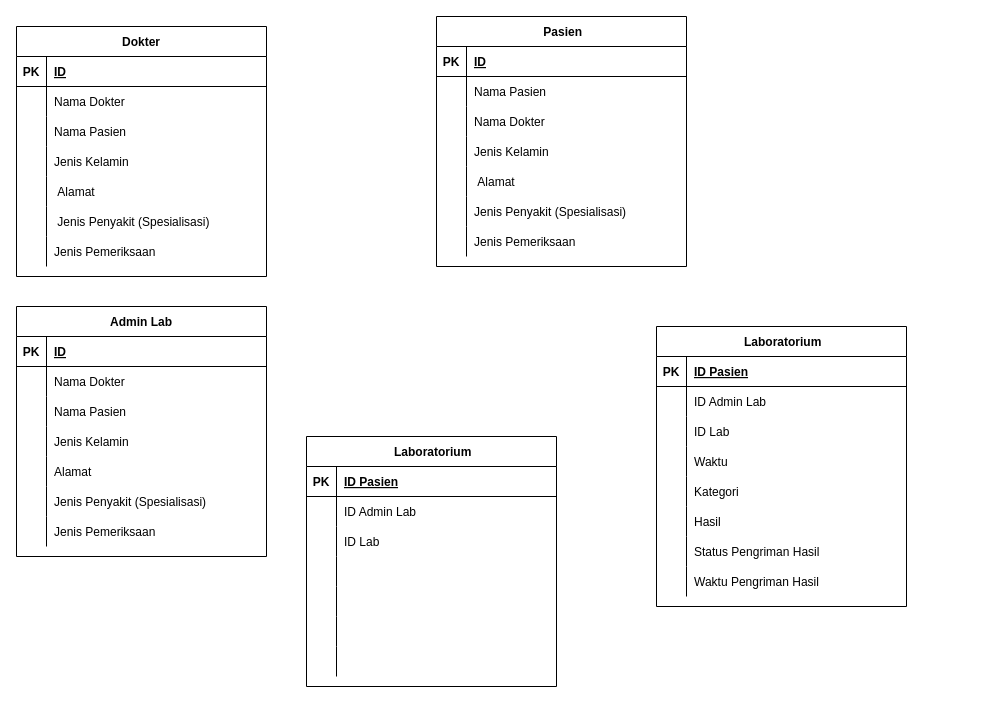
This is pertemuan3/Untitled Diagram.drawio from Nurrohman10/IF214002, a draw.io file, before an edit. Source tidied: cells renumbered, new cells numbered last; positions are measured from the earlier drawing's top-left corner, leaving out a move shared by most shapes. Both pictures are drawn from the tidied source at 100%, with x=0, y=0 at pixel (16, 16).
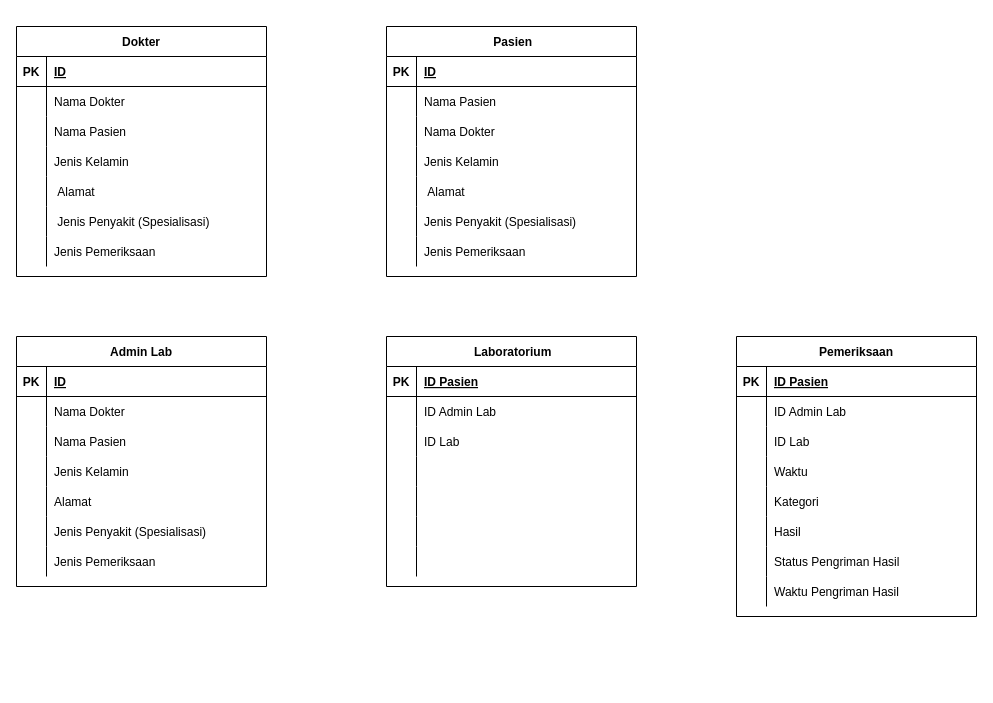
The same page after the edit.

What changed in the source:
```diff
@@
     <mxCell id="2" value=" Pasien" style="shape=table;startSize=30;childLayout=tableLayout;rowLines=0;fontStyle=1;align=center;" parent="1" vertex="1">
-      <mxGeometry x="420" width="250" height="250" as="geometry" />
+      <mxGeometry x="370" y="10" width="250" height="250" as="geometry" />
     </mxCell>
@@
     <mxCell id="24" value=" Laboratorium" style="shape=table;startSize=30;childLayout=tableLayout;rowLines=0;fontStyle=1;align=center;" parent="1" vertex="1">
-      <mxGeometry x="290" y="420" width="250" height="250" as="geometry" />
+      <mxGeometry x="370" y="320" width="250" height="250" as="geometry" />
     </mxCell>
@@
     <mxCell id="68" value="Admin Lab" style="shape=table;startSize=30;childLayout=tableLayout;rowLines=0;fontStyle=1;align=center;" parent="1" vertex="1">
-      <mxGeometry y="290" width="250" height="250" as="geometry" />
+      <mxGeometry y="320" width="250" height="250" as="geometry" />
     </mxCell>
@@
-    <mxCell id="90" value=" Laboratorium" style="shape=table;startSize=30;childLayout=tableLayout;rowLines=0;fontStyle=1;align=center;" parent="1" vertex="1">
-      <mxGeometry x="640" y="310" width="250" height="280" as="geometry" />
+    <mxCell id="90" value="Pemeriksaan" style="shape=table;startSize=30;childLayout=tableLayout;rowLines=0;fontStyle=1;align=center;" parent="1" vertex="1">
+      <mxGeometry x="720" y="320" width="240" height="280" as="geometry" />
     </mxCell>
     <mxCell id="91" style="shape=partialRectangle;fillColor=none;top=0;left=0;right=0;bottom=1;" parent="90" vertex="1">
-      <mxGeometry y="30" width="250" height="30" as="geometry" />
+      <mxGeometry y="30" width="240" height="30" as="geometry" />
     </mxCell>
@@
     <mxCell id="93" value="ID Pasien" style="shape=partialRectangle;overflow=hidden;fillColor=none;top=0;left=0;bottom=0;right=0;align=left;spacingLeft=6;fontStyle=5;" parent="91" vertex="1">
-      <mxGeometry x="30" width="220" height="30" as="geometry" />
+      <mxGeometry x="30" width="210" height="30" as="geometry" />
     </mxCell>
     <mxCell id="94" style="shape=partialRectangle;fillColor=none;top=0;left=0;right=0;bottom=0;" parent="90" vertex="1">
-      <mxGeometry y="60" width="250" height="30" as="geometry" />
+      <mxGeometry y="60" width="240" height="30" as="geometry" />
     </mxCell>
@@
     <mxCell id="96" value="ID Admin Lab" style="shape=partialRectangle;overflow=hidden;fillColor=none;top=0;left=0;bottom=0;right=0;align=left;spacingLeft=6;" parent="94" vertex="1">
-      <mxGeometry x="30" width="220" height="30" as="geometry" />
+      <mxGeometry x="30" width="210" height="30" as="geometry" />
     </mxCell>
     <mxCell id="97" style="shape=partialRectangle;fillColor=none;top=0;left=0;right=0;bottom=0;" parent="90" vertex="1">
-      <mxGeometry y="90" width="250" height="30" as="geometry" />
+      <mxGeometry y="90" width="240" height="30" as="geometry" />
     </mxCell>
@@
     <mxCell id="99" value="ID Lab" style="shape=partialRectangle;overflow=hidden;fillColor=none;top=0;left=0;bottom=0;right=0;align=left;spacingLeft=6;" parent="97" vertex="1">
-      <mxGeometry x="30" width="220" height="30" as="geometry" />
+      <mxGeometry x="30" width="210" height="30" as="geometry" />
     </mxCell>
     <mxCell id="100" style="shape=partialRectangle;fillColor=none;top=0;left=0;right=0;bottom=0;" parent="90" vertex="1">
-      <mxGeometry y="120" width="250" height="30" as="geometry" />
+      <mxGeometry y="120" width="240" height="30" as="geometry" />
     </mxCell>
@@
     <mxCell id="102" value="Waktu" style="shape=partialRectangle;overflow=hidden;fillColor=none;top=0;left=0;bottom=0;right=0;align=left;spacingLeft=6;" parent="100" vertex="1">
-      <mxGeometry x="30" width="220" height="30" as="geometry" />
+      <mxGeometry x="30" width="210" height="30" as="geometry" />
     </mxCell>
     <mxCell id="103" style="shape=partialRectangle;fillColor=none;top=0;left=0;right=0;bottom=0;" parent="90" vertex="1">
-      <mxGeometry y="150" width="250" height="30" as="geometry" />
+      <mxGeometry y="150" width="240" height="30" as="geometry" />
     </mxCell>
@@
     <mxCell id="105" value="Kategori" style="shape=partialRectangle;overflow=hidden;fillColor=none;top=0;left=0;bottom=0;right=0;align=left;spacingLeft=6;" parent="103" vertex="1">
-      <mxGeometry x="30" width="220" height="30" as="geometry" />
+      <mxGeometry x="30" width="210" height="30" as="geometry" />
     </mxCell>
     <mxCell id="106" style="shape=partialRectangle;fillColor=none;top=0;left=0;right=0;bottom=0;" parent="90" vertex="1">
-      <mxGeometry y="180" width="250" height="30" as="geometry" />
+      <mxGeometry y="180" width="240" height="30" as="geometry" />
     </mxCell>
@@
     <mxCell id="108" value="Hasil" style="shape=partialRectangle;overflow=hidden;fillColor=none;top=0;left=0;bottom=0;right=0;align=left;spacingLeft=6;" parent="106" vertex="1">
-      <mxGeometry x="30" width="220" height="30" as="geometry" />
+      <mxGeometry x="30" width="210" height="30" as="geometry" />
     </mxCell>
     <mxCell id="109" style="shape=partialRectangle;fillColor=none;top=0;left=0;right=0;bottom=0;" parent="90" vertex="1">
-      <mxGeometry y="210" width="250" height="30" as="geometry" />
+      <mxGeometry y="210" width="240" height="30" as="geometry" />
     </mxCell>
@@
     <mxCell id="111" value="Status Pengriman Hasil" style="shape=partialRectangle;overflow=hidden;fillColor=none;top=0;left=0;bottom=0;right=0;align=left;spacingLeft=6;" parent="109" vertex="1">
-      <mxGeometry x="30" width="220" height="30" as="geometry" />
+      <mxGeometry x="30" width="210" height="30" as="geometry" />
     </mxCell>
     <mxCell id="112" style="shape=partialRectangle;fillColor=none;top=0;left=0;right=0;bottom=0;" parent="90" vertex="1">
-      <mxGeometry y="240" width="250" height="30" as="geometry" />
+      <mxGeometry y="240" width="240" height="30" as="geometry" />
     </mxCell>
@@
     <mxCell id="114" value="Waktu Pengriman Hasil" style="shape=partialRectangle;overflow=hidden;fillColor=none;top=0;left=0;bottom=0;right=0;align=left;spacingLeft=6;" parent="112" vertex="1">
-      <mxGeometry x="30" width="220" height="30" as="geometry" />
+      <mxGeometry x="30" width="210" height="30" as="geometry" />
     </mxCell>
```
